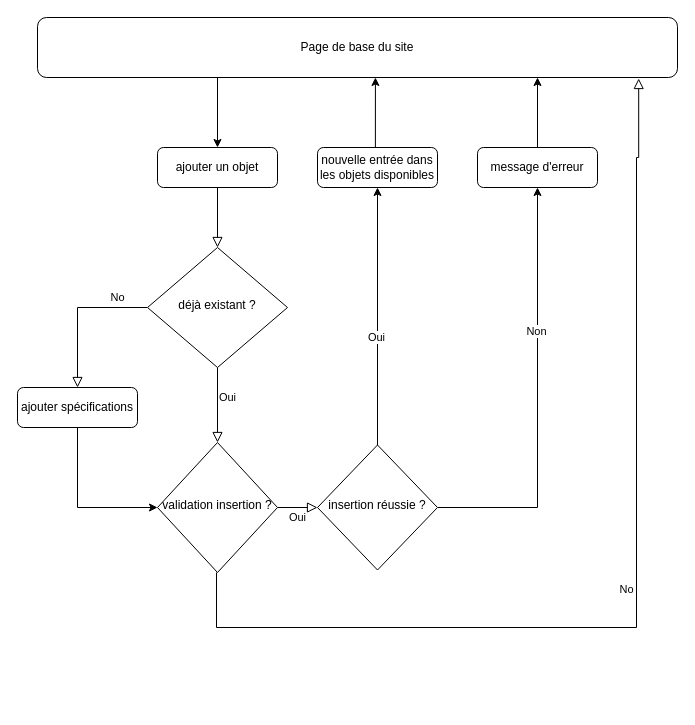
Above: page "RenommerObjets" (2 of 2) of fichiersModifiables/Diagrammes/LocationMat-Flux.drawio in AhVen98/gestionStocks_preTPI (draw.io), before the change. Source tidied: cells renumbered, new cells numbered last; positions are measured from the earlier drawing's top-left corner, leaving out a move shared by most shapes. Both pictures are drawn from the tidied source at 100%, with x=0, y=0 at pixel (17, 17).
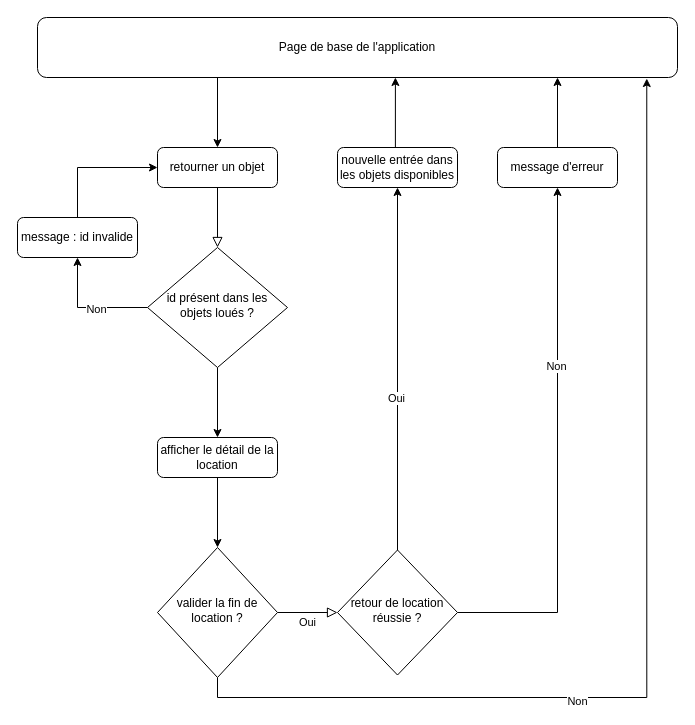
The same diagram, later.

Diff of the diagram source:
```diff
@@
-    <mxCell id="3" value="ajouter un objet" style="rounded=1;whiteSpace=wrap;html=1;fontSize=12;glass=0;strokeWidth=1;shadow=0;" parent="1" vertex="1">
+    <mxCell id="3" value="retourner un objet" style="rounded=1;whiteSpace=wrap;html=1;fontSize=12;glass=0;strokeWidth=1;shadow=0;" parent="1" vertex="1">
       <mxGeometry x="140" y="130" width="120" height="40" as="geometry" />
     </mxCell>
-    <mxCell id="4" value="Oui&lt;br&gt;" style="rounded=0;html=1;jettySize=auto;fontSize=11;endArrow=block;endFill=0;endSize=8;strokeWidth=1;shadow=0;labelBackgroundColor=none;edgeStyle=orthogonalEdgeStyle;" parent="1" edge="1" source="6" target="11">
-      <mxGeometry x="-0.2" y="10" relative="1" as="geometry" />
-    </mxCell>
-    <mxCell id="5" value="No" style="edgeStyle=orthogonalEdgeStyle;rounded=0;html=1;jettySize=auto;fontSize=11;endArrow=block;endFill=0;endSize=8;strokeWidth=1;shadow=0;labelBackgroundColor=none;" parent="1" edge="1" source="6" target="8">
-      <mxGeometry x="-0.6" y="-10" relative="1" as="geometry" />
+    <mxCell id="5" style="edgeStyle=orthogonalEdgeStyle;rounded=0;jettySize=auto;html=1;exitX=0;exitY=0.5;exitDx=0;exitDy=0;entryX=0.5;entryY=1;entryDx=0;entryDy=0;" parent="1" edge="1" source="6" target="8">
+      <mxGeometry relative="1" as="geometry" />
     </mxCell>
+    <mxCell id="23" value="Non" style="edgeLabel;html=1;align=center;verticalAlign=middle;" parent="5" vertex="1">
+      <mxGeometry x="-0.13" y="1" relative="1" as="geometry" />
+    </mxCell>
+    <mxCell id="24" style="edgeStyle=orthogonalEdgeStyle;rounded=0;jettySize=auto;html=1;exitX=0.5;exitY=1;exitDx=0;exitDy=0;entryX=0.5;entryY=0;entryDx=0;entryDy=0;" parent="1" edge="1" source="6" target="28">
+      <mxGeometry relative="1" as="geometry" />
+    </mxCell>
-    <mxCell id="6" value="déjà existant ?" style="rhombus;whiteSpace=wrap;html=1;shadow=0;fontFamily=Helvetica;fontSize=12;align=center;strokeWidth=1;spacing=6;spacingTop=-4;" parent="1" vertex="1">
+    <mxCell id="6" value="id présent dans les objets loués ?" style="rhombus;whiteSpace=wrap;html=1;shadow=0;fontFamily=Helvetica;fontSize=12;align=center;strokeWidth=1;spacing=6;spacingTop=-4;" parent="1" vertex="1">
       <mxGeometry x="130" y="230" width="140" height="120" as="geometry" />
     </mxCell>
-    <mxCell id="7" style="edgeStyle=orthogonalEdgeStyle;rounded=0;jettySize=auto;html=1;exitX=0.5;exitY=1;exitDx=0;exitDy=0;entryX=0;entryY=0.5;entryDx=0;entryDy=0;" parent="1" edge="1" source="8" target="11">
-      <mxGeometry relative="1" as="geometry" />
+    <mxCell id="7" style="edgeStyle=orthogonalEdgeStyle;rounded=0;jettySize=auto;html=1;exitX=0.5;exitY=1;exitDx=0;exitDy=0;entryX=0;entryY=0.5;entryDx=0;entryDy=0;" parent="1" edge="1" source="8" target="3">
+      <mxGeometry relative="1" as="geometry">
+        <Array as="points">
+          <mxPoint x="60" y="150" />
+        </Array>
+      </mxGeometry>
     </mxCell>
-    <mxCell id="8" value="ajouter spécifications" style="rounded=1;whiteSpace=wrap;html=1;fontSize=12;glass=0;strokeWidth=1;shadow=0;" parent="1" vertex="1">
-      <mxGeometry y="370" width="120" height="40" as="geometry" />
+    <mxCell id="8" value="message : id invalide" style="rounded=1;whiteSpace=wrap;html=1;fontSize=12;glass=0;strokeWidth=1;shadow=0;" parent="1" vertex="1">
+      <mxGeometry y="200" width="120" height="40" as="geometry" />
     </mxCell>
-    <mxCell id="9" value="No" style="rounded=0;html=1;jettySize=auto;orthogonalLoop=1;fontSize=11;endArrow=block;endFill=0;endSize=8;strokeWidth=1;shadow=0;labelBackgroundColor=none;edgeStyle=orthogonalEdgeStyle;exitX=0.5;exitY=1;exitDx=0;exitDy=0;entryX=0.941;entryY=1.017;entryDx=0;entryDy=0;entryPerimeter=0;" parent="1" edge="1">
-      <mxGeometry y="10" relative="1" as="geometry">
-        <mxPoint x="199" y="555" as="sourcePoint" />
-        <mxPoint x="621.2" y="61" as="targetPoint" />
-        <Array as="points">
-          <mxPoint x="199" y="610" />
-          <mxPoint x="619" y="610" />
-          <mxPoint x="619" y="140" />
-          <mxPoint x="621" y="140" />
-          <mxPoint x="621" y="61" />
-        </Array>
-      </mxGeometry>
-    </mxCell>
@@
+    <mxCell id="25" style="edgeStyle=orthogonalEdgeStyle;rounded=0;jettySize=auto;html=1;exitX=0.5;exitY=1;exitDx=0;exitDy=0;entryX=0.952;entryY=1.017;entryDx=0;entryDy=0;entryPerimeter=0;" parent="1" edge="1" source="11" target="13">
+      <mxGeometry relative="1" as="geometry" />
+    </mxCell>
+    <mxCell id="26" value="Non" style="edgeLabel;html=1;align=center;verticalAlign=middle;" parent="25" vertex="1">
+      <mxGeometry x="-0.29" y="-3" relative="1" as="geometry" />
+    </mxCell>
-    <mxCell id="11" value="validation insertion ?" style="rhombus;whiteSpace=wrap;html=1;shadow=0;fontFamily=Helvetica;fontSize=12;align=center;strokeWidth=1;spacing=6;spacingTop=-4;" parent="1" vertex="1">
-      <mxGeometry x="140" y="425" width="120" height="130" as="geometry" />
+    <mxCell id="11" value="valider la fin de location ?" style="rhombus;whiteSpace=wrap;html=1;shadow=0;fontFamily=Helvetica;fontSize=12;align=center;strokeWidth=1;spacing=6;spacingTop=-4;" parent="1" vertex="1">
+      <mxGeometry x="140" y="530" width="120" height="130" as="geometry" />
     </mxCell>
@@
-    <mxCell id="13" value="Page de base du site" style="rounded=1;whiteSpace=wrap;html=1;fontSize=12;glass=0;strokeWidth=1;shadow=0;" parent="1" vertex="1">
+    <mxCell id="13" value="Page de base de l'application" style="rounded=1;whiteSpace=wrap;html=1;fontSize=12;glass=0;strokeWidth=1;shadow=0;" parent="1" vertex="1">
       <mxGeometry x="20" width="640" height="60" as="geometry" />
     </mxCell>
@@
-    <mxCell id="18" value="insertion réussie ?" style="rhombus;whiteSpace=wrap;html=1;shadow=0;fontFamily=Helvetica;fontSize=12;align=center;strokeWidth=1;spacing=6;spacingTop=-4;" parent="1" vertex="1">
-      <mxGeometry x="300" y="427.5" width="120" height="125" as="geometry" />
+    <mxCell id="18" value="retour de location réussie ?" style="rhombus;whiteSpace=wrap;html=1;shadow=0;fontFamily=Helvetica;fontSize=12;align=center;strokeWidth=1;spacing=6;spacingTop=-4;" parent="1" vertex="1">
+      <mxGeometry x="320" y="532.5" width="120" height="125" as="geometry" />
     </mxCell>
-    <mxCell id="19" style="edgeStyle=orthogonalEdgeStyle;rounded=0;jettySize=auto;html=1;exitX=0.5;exitY=0;exitDx=0;exitDy=0;entryX=0.528;entryY=1;entryDx=0;entryDy=0;entryPerimeter=0;" parent="1" edge="1" source="20" target="13">
+    <mxCell id="19" style="edgeStyle=orthogonalEdgeStyle;rounded=0;jettySize=auto;html=1;exitX=0.5;exitY=0;exitDx=0;exitDy=0;entryX=0.528;entryY=1;entryDx=0;entryDy=0;entryPerimeter=0;" parent="1" edge="1" source="20">
       <mxGeometry relative="1" as="geometry">
+        <mxPoint x="377.9" y="60" as="targetPoint" />
         <Array as="points">
-          <mxPoint x="358" y="130" />
+          <mxPoint x="378" y="130" />
         </Array>
       </mxGeometry>
     </mxCell>
     <mxCell id="20" value="nouvelle entrée dans les objets disponibles" style="rounded=1;whiteSpace=wrap;html=1;fontSize=12;glass=0;strokeWidth=1;shadow=0;" parent="1" vertex="1">
-      <mxGeometry x="300" y="130" width="120" height="40" as="geometry" />
+      <mxGeometry x="320" y="130" width="120" height="40" as="geometry" />
     </mxCell>
     <mxCell id="21" style="edgeStyle=orthogonalEdgeStyle;rounded=0;jettySize=auto;html=1;exitX=0.5;exitY=0;exitDx=0;exitDy=0;" parent="1" edge="1" source="22">
       <mxGeometry relative="1" as="geometry">
-        <mxPoint x="520" y="60" as="targetPoint" />
+        <mxPoint x="540" y="60" as="targetPoint" />
         <Array as="points">
-          <mxPoint x="520" y="60" />
+          <mxPoint x="540" y="60" />
         </Array>
       </mxGeometry>
     </mxCell>
     <mxCell id="22" value="message d'erreur" style="rounded=1;whiteSpace=wrap;html=1;fontSize=12;glass=0;strokeWidth=1;shadow=0;" parent="1" vertex="1">
-      <mxGeometry x="460" y="130" width="120" height="40" as="geometry" />
+      <mxGeometry x="480" y="130" width="120" height="40" as="geometry" />
     </mxCell>
+    <mxCell id="27" style="edgeStyle=orthogonalEdgeStyle;rounded=0;jettySize=auto;html=1;exitX=0.5;exitY=1;exitDx=0;exitDy=0;entryX=0.5;entryY=0;entryDx=0;entryDy=0;" parent="1" edge="1" source="28" target="11">
+      <mxGeometry relative="1" as="geometry" />
+    </mxCell>
+    <mxCell id="28" value="afficher le détail de la location" style="rounded=1;whiteSpace=wrap;html=1;fontSize=12;glass=0;strokeWidth=1;shadow=0;" parent="1" vertex="1">
+      <mxGeometry x="140" y="420" width="120" height="40" as="geometry" />
+    </mxCell>
```
